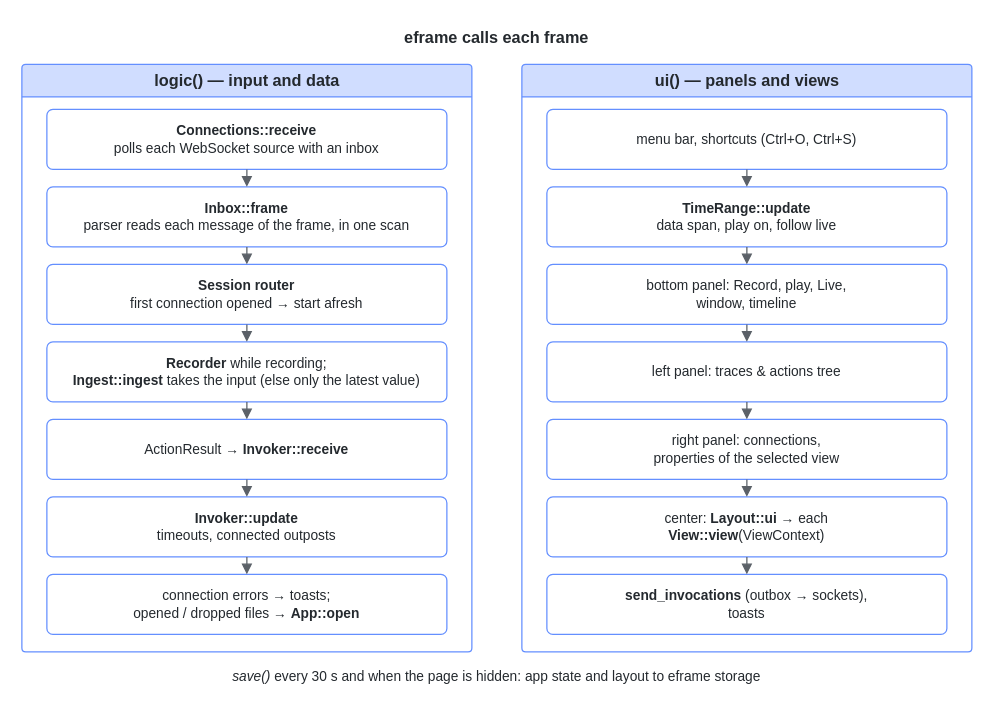
Earlier version of the draw.io diagram doc/source/diagrams/blip-frame.drawio (stefanluethi/blip). Source tidied: cells renumbered, new cells numbered last; positions are measured from the earlier drawing's top-left corner, leaving out a move shared by most shapes. Both pictures are drawn from the tidied source at 125%, with x=0, y=0 at pixel (21, 21).
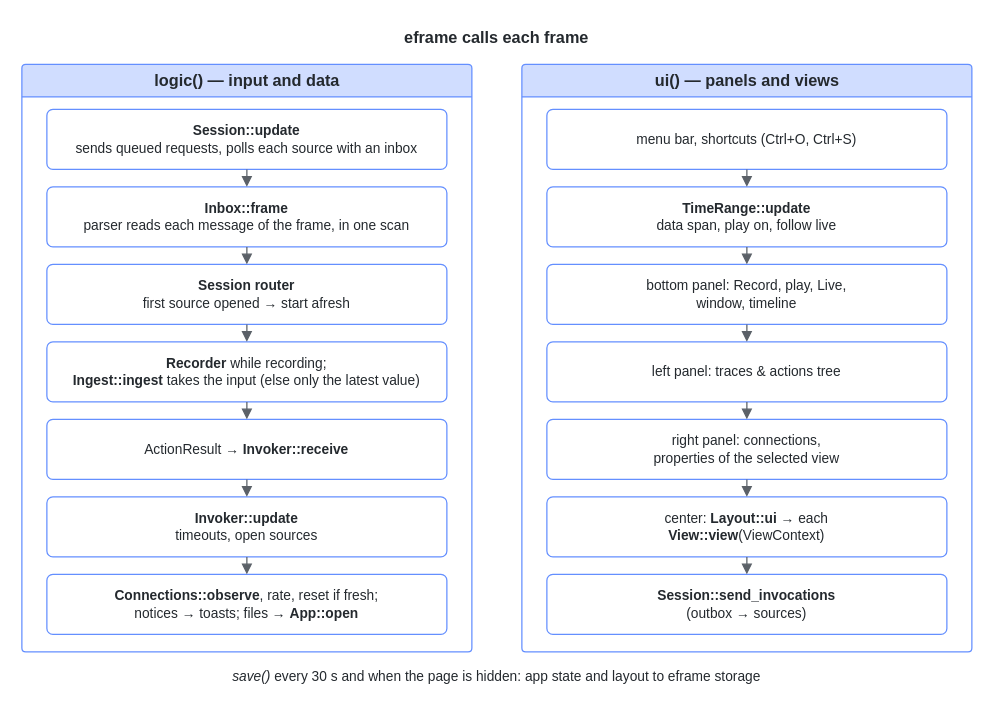
After the change.

Unchanged cells that the change refers to:
```xml
<mxCell id="3" value="&lt;b&gt;logic()&lt;/b&gt; — input and data" style="fontColor=#24292e;fontFamily=Fira Sans,Helvetica,Arial,sans-serif;swimlane;startSize=26;html=1;rounded=1;arcSize=4;fillColor=#d0ddff;strokeColor=#648fff;fontSize=13;swimlaneFillColor=none;" parent="1" vertex="1">
  <mxGeometry y="34" width="360" height="470" as="geometry" />
</mxCell>
<mxCell id="17" value="&lt;b&gt;ui()&lt;/b&gt; — panels and views" style="fontColor=#24292e;fontFamily=Fira Sans,Helvetica,Arial,sans-serif;swimlane;startSize=26;html=1;rounded=1;arcSize=4;fillColor=#d0ddff;strokeColor=#648fff;fontSize=13;swimlaneFillColor=none;" parent="1" vertex="1">
  <mxGeometry x="400" y="34" width="360" height="470" as="geometry" />
</mxCell>
```

What changed in the source:
```diff
@@
-    <mxCell id="4" value="&lt;b&gt;Connections::receive&lt;/b&gt;&lt;br&gt;polls each WebSocket source with an inbox" style="fontColor=#24292e;fontFamily=Fira Sans,Helvetica,Arial,sans-serif;rounded=1;whiteSpace=wrap;html=1;arcSize=10;fillColor=#ffffff;strokeColor=#648fff;fontSize=12;fontSize=11;" parent="3" vertex="1">
+    <mxCell id="4" value="&lt;b&gt;Session::update&lt;/b&gt;&lt;br&gt;sends queued requests, polls each source with an inbox" style="fontColor=#24292e;fontFamily=Fira Sans,Helvetica,Arial,sans-serif;rounded=1;whiteSpace=wrap;html=1;arcSize=10;fillColor=#ffffff;strokeColor=#648fff;fontSize=12;fontSize=11;" parent="3" vertex="1">
       <mxGeometry x="20" y="36" width="320" height="48" as="geometry" />
     </mxCell>
@@
-    <mxCell id="7" value="&lt;b&gt;Session router&lt;/b&gt;&lt;br&gt;first connection opened → start afresh" style="fontColor=#24292e;fontFamily=Fira Sans,Helvetica,Arial,sans-serif;rounded=1;whiteSpace=wrap;html=1;arcSize=10;fillColor=#ffffff;strokeColor=#648fff;fontSize=12;fontSize=11;" parent="3" vertex="1">
+    <mxCell id="7" value="&lt;b&gt;Session router&lt;/b&gt;&lt;br&gt;first source opened → start afresh" style="fontColor=#24292e;fontFamily=Fira Sans,Helvetica,Arial,sans-serif;rounded=1;whiteSpace=wrap;html=1;arcSize=10;fillColor=#ffffff;strokeColor=#648fff;fontSize=12;fontSize=11;" parent="3" vertex="1">
       <mxGeometry x="20" y="160" width="320" height="48" as="geometry" />
     </mxCell>
@@
-    <mxCell id="13" value="&lt;b&gt;Invoker::update&lt;/b&gt;&lt;br&gt;timeouts, connected outposts" style="fontColor=#24292e;fontFamily=Fira Sans,Helvetica,Arial,sans-serif;rounded=1;whiteSpace=wrap;html=1;arcSize=10;fillColor=#ffffff;strokeColor=#648fff;fontSize=12;fontSize=11;" parent="3" vertex="1">
+    <mxCell id="13" value="&lt;b&gt;Invoker::update&lt;/b&gt;&lt;br&gt;timeouts, open sources" style="fontColor=#24292e;fontFamily=Fira Sans,Helvetica,Arial,sans-serif;rounded=1;whiteSpace=wrap;html=1;arcSize=10;fillColor=#ffffff;strokeColor=#648fff;fontSize=12;fontSize=11;" parent="3" vertex="1">
       <mxGeometry x="20" y="346" width="320" height="48" as="geometry" />
     </mxCell>
@@
-    <mxCell id="15" value="connection errors → toasts;&lt;br&gt;opened / dropped files → &lt;b&gt;App::open&lt;/b&gt;" style="fontColor=#24292e;fontFamily=Fira Sans,Helvetica,Arial,sans-serif;rounded=1;whiteSpace=wrap;html=1;arcSize=10;fillColor=#ffffff;strokeColor=#648fff;fontSize=12;fontSize=11;" parent="3" vertex="1">
+    <mxCell id="15" value="&lt;b&gt;Connections::observe&lt;/b&gt;, rate, reset if fresh;&lt;br&gt;notices → toasts; files → &lt;b&gt;App::open&lt;/b&gt;" style="fontColor=#24292e;fontFamily=Fira Sans,Helvetica,Arial,sans-serif;rounded=1;whiteSpace=wrap;html=1;arcSize=10;fillColor=#ffffff;strokeColor=#648fff;fontSize=12;fontSize=11;" parent="3" vertex="1">
       <mxGeometry x="20" y="408" width="320" height="48" as="geometry" />
     </mxCell>
@@
-    <mxCell id="29" value="&lt;b&gt;send_invocations&lt;/b&gt; (outbox → sockets),&lt;br&gt;toasts" style="fontColor=#24292e;fontFamily=Fira Sans,Helvetica,Arial,sans-serif;rounded=1;whiteSpace=wrap;html=1;arcSize=10;fillColor=#ffffff;strokeColor=#648fff;fontSize=12;fontSize=11;" parent="17" vertex="1">
+    <mxCell id="29" value="&lt;b&gt;Session::send_invocations&lt;/b&gt;&lt;br&gt;(outbox → sources)" style="fontColor=#24292e;fontFamily=Fira Sans,Helvetica,Arial,sans-serif;rounded=1;whiteSpace=wrap;html=1;arcSize=10;fillColor=#ffffff;strokeColor=#648fff;fontSize=12;fontSize=11;" parent="17" vertex="1">
       <mxGeometry x="20" y="408" width="320" height="48" as="geometry" />
     </mxCell>
```
